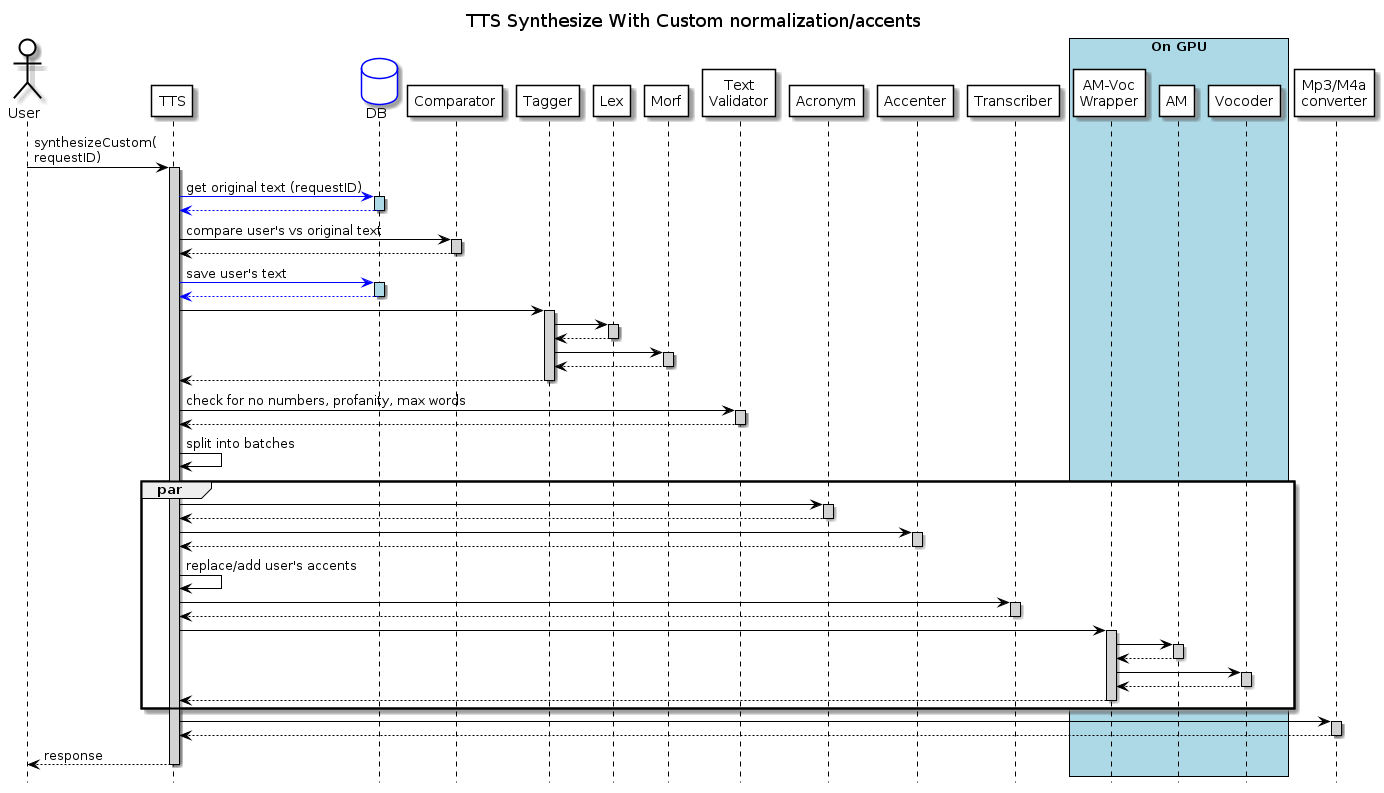
Above: info/tts.custom.png in airenas/tts-line (PlantUML), before the change.
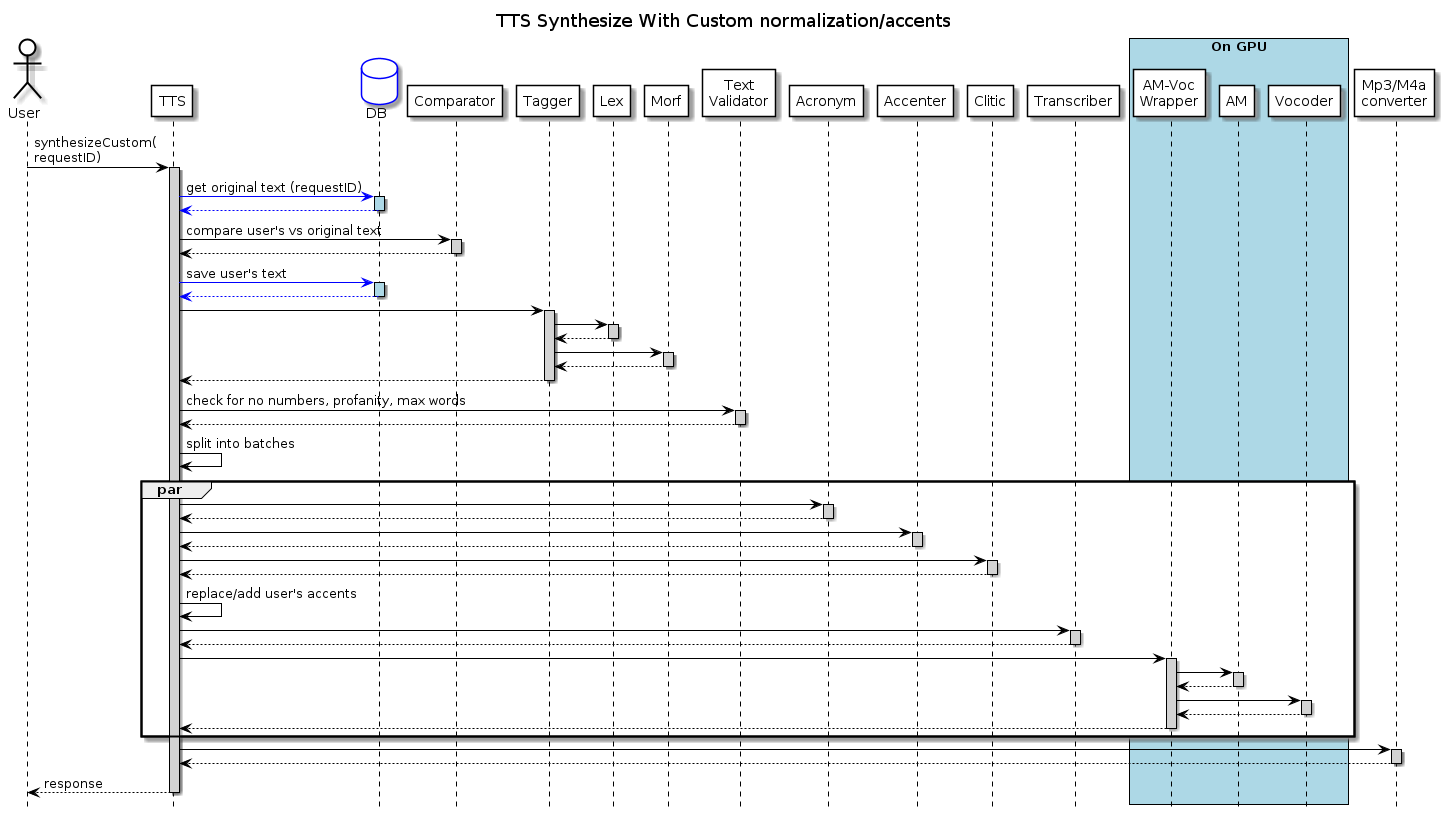
After the change.

Commit message:
Add info about clitics into schema

Change to the diagram source:
```diff
@@ -30,6 +30,7 @@
 participant "Text\nValidator" as validator
 participant "Acronym" as acronym
 participant "Accenter" as accenter
+participant "Clitic" as clitic
 participant "Transcriber" as transcriber
 
 box "On GPU" #LightBlue
@@ -91,6 +92,11 @@
 accenter --> tts:
 deactivate accenter
 
+tts -> clitic:
+activate clitic
+clitic --> tts:
+deactivate clitic
+
 tts -> tts: replace/add user's accents
 
 tts -> transcriber:
```
